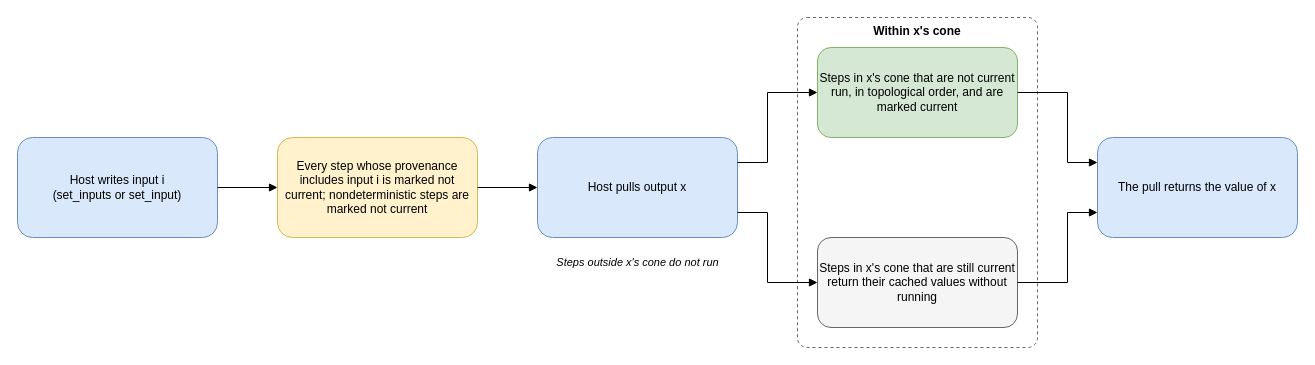
The draw.io diagram crates/polydat/docs/diagrams/evaluation_model-write-pull.drawio in nosqlbench/polydat, before the edit. Source tidied: cells renumbered, new cells numbered last; positions are measured from the earlier drawing's top-left corner, leaving out a move shared by most shapes. Both pictures are drawn from the tidied source at 100%, with x=0, y=0 at pixel (17, 17).
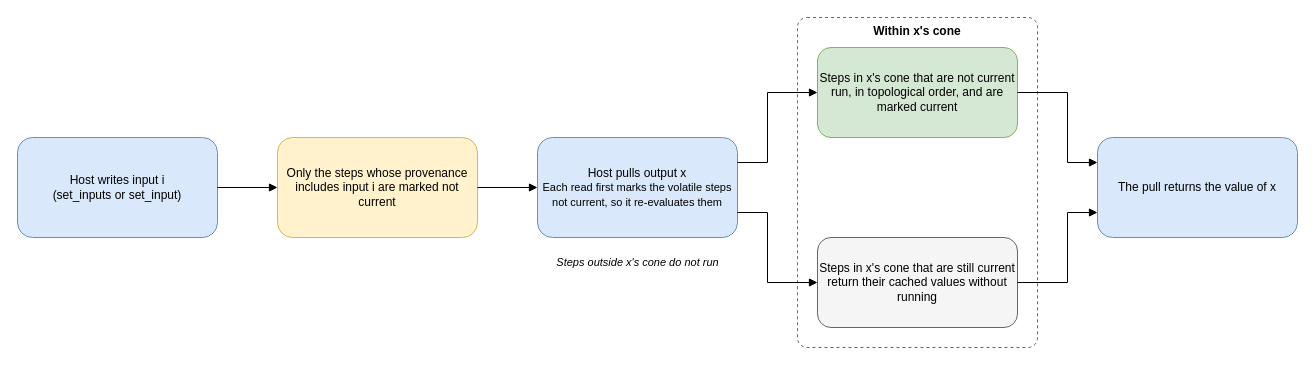
Above is the later version.

What changed in the source:
```diff
@@
-    <mxCell id="4" value="Every step whose provenance includes input i is marked not current; nondeterministic steps are marked not current" style="rounded=1;whiteSpace=wrap;html=1;fillColor=#fff2cc;strokeColor=#d6b656;fontSize=12;" parent="1" vertex="1">
+    <mxCell id="4" value="Only the steps whose provenance includes input i are marked not current" style="rounded=1;whiteSpace=wrap;html=1;fillColor=#fff2cc;strokeColor=#d6b656;fontSize=12;" parent="1" vertex="1">
       <mxGeometry x="260" y="120" width="200" height="100" as="geometry" />
     </mxCell>
-    <mxCell id="5" value="Host pulls output x" style="rounded=1;whiteSpace=wrap;html=1;fillColor=#dae8fc;strokeColor=#6c8ebf;fontSize=12;" parent="1" vertex="1">
+    <mxCell id="5" value="Host pulls output x&lt;br&gt;&lt;font style=&quot;font-size:11px&quot;&gt;Each read first marks the volatile steps not current, so it re-evaluates them&lt;/font&gt;" style="rounded=1;whiteSpace=wrap;html=1;fillColor=#dae8fc;strokeColor=#6c8ebf;fontSize=12;" parent="1" vertex="1">
       <mxGeometry x="520" y="120" width="200" height="100" as="geometry" />
     </mxCell>
```
